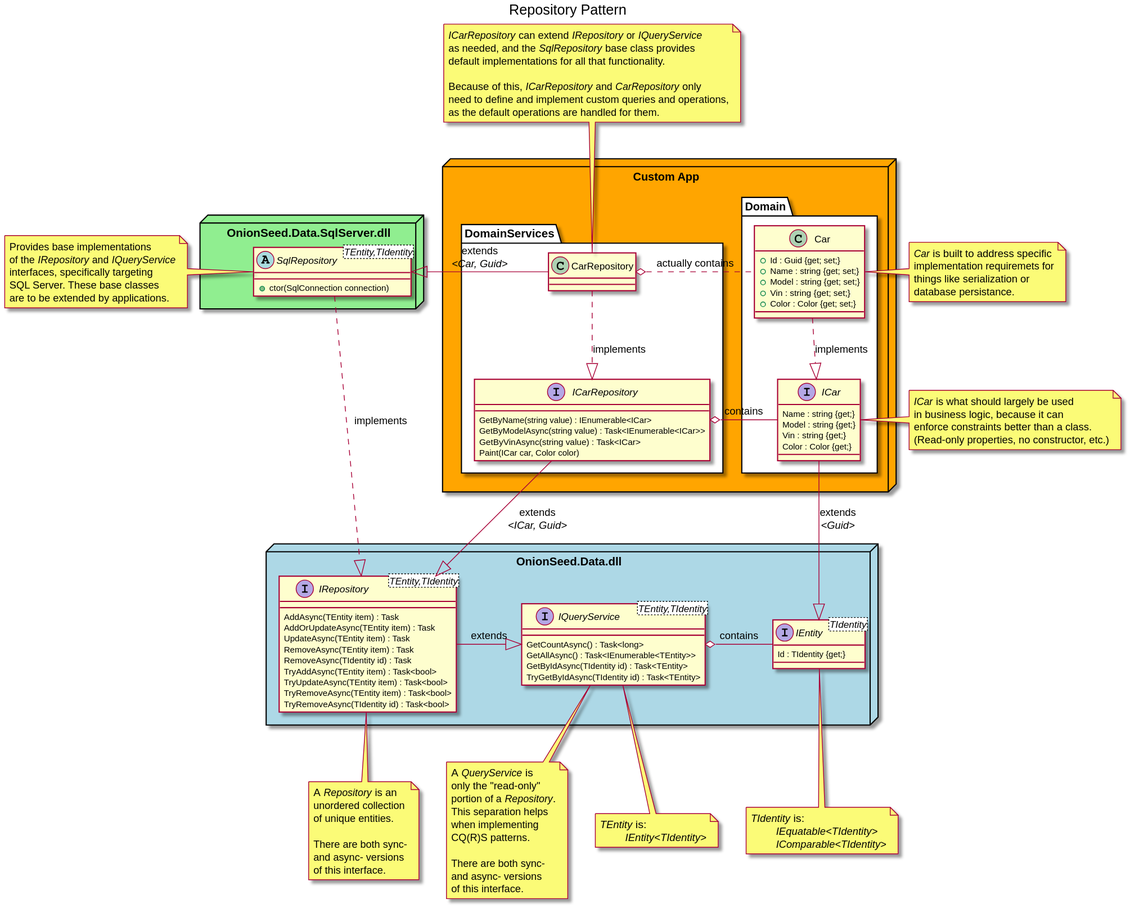
Above: out/docs/Repository/Repository.svg in TaffarelJr/OnionSeed.Data (PlantUML), before the change.
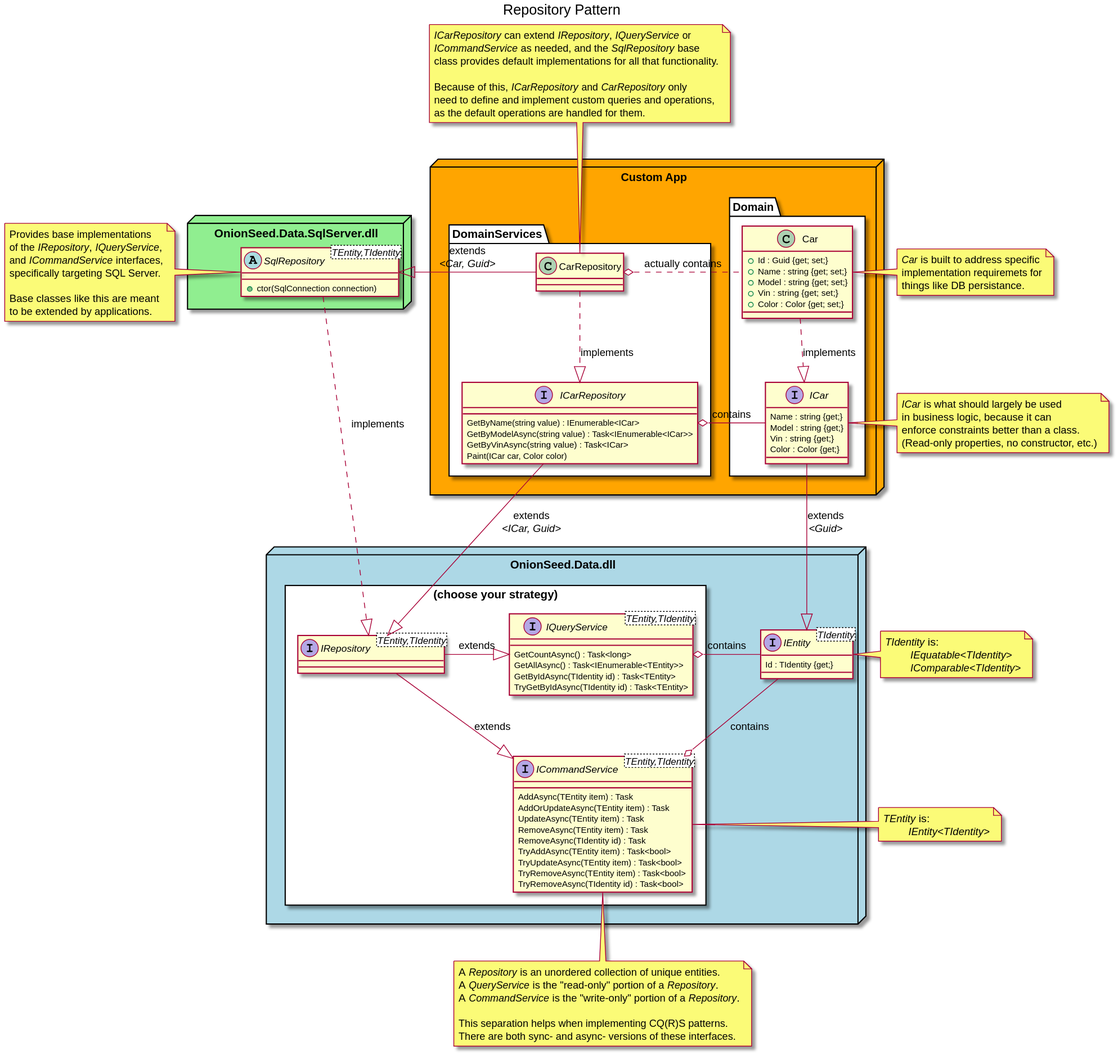
After the commit.

What changed in the source:
```diff
@@ -3,7 +3,7 @@
 
 title Repository Pattern
 
-node "Custom App" as AppDll #Orange {
+node "Custom App" as App #Orange {
 	namespace Domain #White {
 		class Car {
 			+ Id : Guid {get; set;}
@@ -40,23 +40,27 @@
 }
 
 node "OnionSeed.Data.dll" as OnionSeed #LightBlue {
-	interface IRepository<TEntity,TIdentity> {
-		AddAsync(TEntity item) : Task
-		AddOrUpdateAsync(TEntity item) : Task
-		UpdateAsync(TEntity item) : Task
-		RemoveAsync(TEntity item) : Task
-		RemoveAsync(TIdentity id) : Task
-		TryAddAsync(TEntity item) : Task<bool>
-		TryUpdateAsync(TEntity item) : Task<bool>
-		TryRemoveAsync(TEntity item) : Task<bool>
-		TryRemoveAsync(TIdentity id) : Task<bool>
-	}
+	rectangle "(choose your strategy)" as DataAccess #White {
+		interface IRepository<TEntity,TIdentity>
 
-	interface IQueryService<TEntity,TIdentity> {
-		GetCountAsync() : Task<long>
-		GetAllAsync() : Task<IEnumerable<TEntity>>
-		GetByIdAsync(TIdentity id) : Task<TEntity>
-		TryGetByIdAsync(TIdentity id) : Task<TEntity>
+		interface IQueryService<TEntity,TIdentity> {
+			GetCountAsync() : Task<long>
+			GetAllAsync() : Task<IEnumerable<TEntity>>
+			GetByIdAsync(TIdentity id) : Task<TEntity>
+			TryGetByIdAsync(TIdentity id) : Task<TEntity>
+		}
+
+		interface ICommandService<TEntity,TIdentity> {
+			AddAsync(TEntity item) : Task
+			AddOrUpdateAsync(TEntity item) : Task
+			UpdateAsync(TEntity item) : Task
+			RemoveAsync(TEntity item) : Task
+			RemoveAsync(TIdentity id) : Task
+			TryAddAsync(TEntity item) : Task<bool>
+			TryUpdateAsync(TEntity item) : Task<bool>
+			TryRemoveAsync(TEntity item) : Task<bool>
+			TryRemoveAsync(TIdentity id) : Task<bool>
+		}
 	}
 
 	interface IEntity<TIdentity> {
@@ -66,10 +70,12 @@
 
 note left of SqlRepository
 	Provides base implementations
-	of the <i>IRepository</i> and <i>IQueryService</i>
-	interfaces, specifically targeting
-	SQL Server. These base classes
-	are to be extended by applications.
+	of the <i>IRepository</i>, <i>IQueryService</i>,
+	and <i>ICommandService</i> interfaces,
+	specifically targeting SQL Server.
+
+	Base classes like this are meant
+	to be extended by applications.
 end note
 
 SqlRepository <|- DomainServices.CarRepository : extends\n<i><Car, Guid></i>
@@ -86,13 +92,17 @@
 Domain.ICar --|> IEntity : extends\n<i><Guid></i>
 
 IRepository -|> IQueryService : extends
+IRepository --|> ICommandService : extends
+
+IQueryService -[hidden]- ICommandService
 
 IQueryService o- IEntity : contains
+IEntity --o ICommandService : contains
 
 note top of DomainServices.CarRepository
-	<i>ICarRepository</i> can extend <i>IRepository</i> or <i>IQueryService</i>
-	as needed, and the <i>SqlRepository</i> base class provides
-	default implementations for all that functionality.
+	<i>ICarRepository</i> can extend <i>IRepository</i>, <i>IQueryService</i> or
+	<i>ICommandService</i> as needed, and the <i>SqlRepository</i> base
+	class provides default implementations for all that functionality.
 
 	Because of this, <i>ICarRepository</i> and <i>CarRepository</i> only
 	need to define and implement custom queries and operations,
@@ -102,8 +112,7 @@
 note right of Domain.Car
 	<i>Car</i> is built to address specific
 	implementation requiremets for
-	things like serialization or
-	database persistance.
+	things like DB persistance.
 end note
 
 note right of Domain.ICar
@@ -113,38 +122,24 @@
 	(Read-only properties, no constructor, etc.)
 end note
 
-note bottom of IRepository
-	A <i>Repository</i> is an
-	unordered collection
-	of unique entities.
+note bottom of ICommandService
+	A <i>Repository</i> is an unordered collection of unique entities.
+	A <i>QueryService</i> is the "read-only" portion of a <i>Repository</i>.
+	A <i>CommandService</i> is the "write-only" portion of a <i>Repository</i>.
 
-	There are both sync-
-	and async- versions
-	of this interface.
+	This separation helps when implementing CQ(R)S patterns.
+	There are both sync- and async- versions of these interfaces.
 end note
 
-note bottom of IQueryService
-	A <i>QueryService</i> is
-	only the "read-only"
-	portion of a <i>Repository</i>.
-	This separation helps
-	when implementing
-	CQ(R)S patterns.
-
-	There are both sync-
-	and async- versions
-	of this interface.
-end note
-
-note bottom of IQueryService
-	<i>TEntity</i> is:
-		<i>IEntity<TIdentity></i>
-end note
-
-note bottom of IEntity
+note right of IEntity
 	<i>TIdentity</i> is:
 		<i>IEquatable<TIdentity></i>
 		<i>IComparable<TIdentity></i>
 end note
 
+note right of ICommandService
+	<i>TEntity</i> is:
+		<i>IEntity<TIdentity></i>
+end note
+
 @enduml
```
